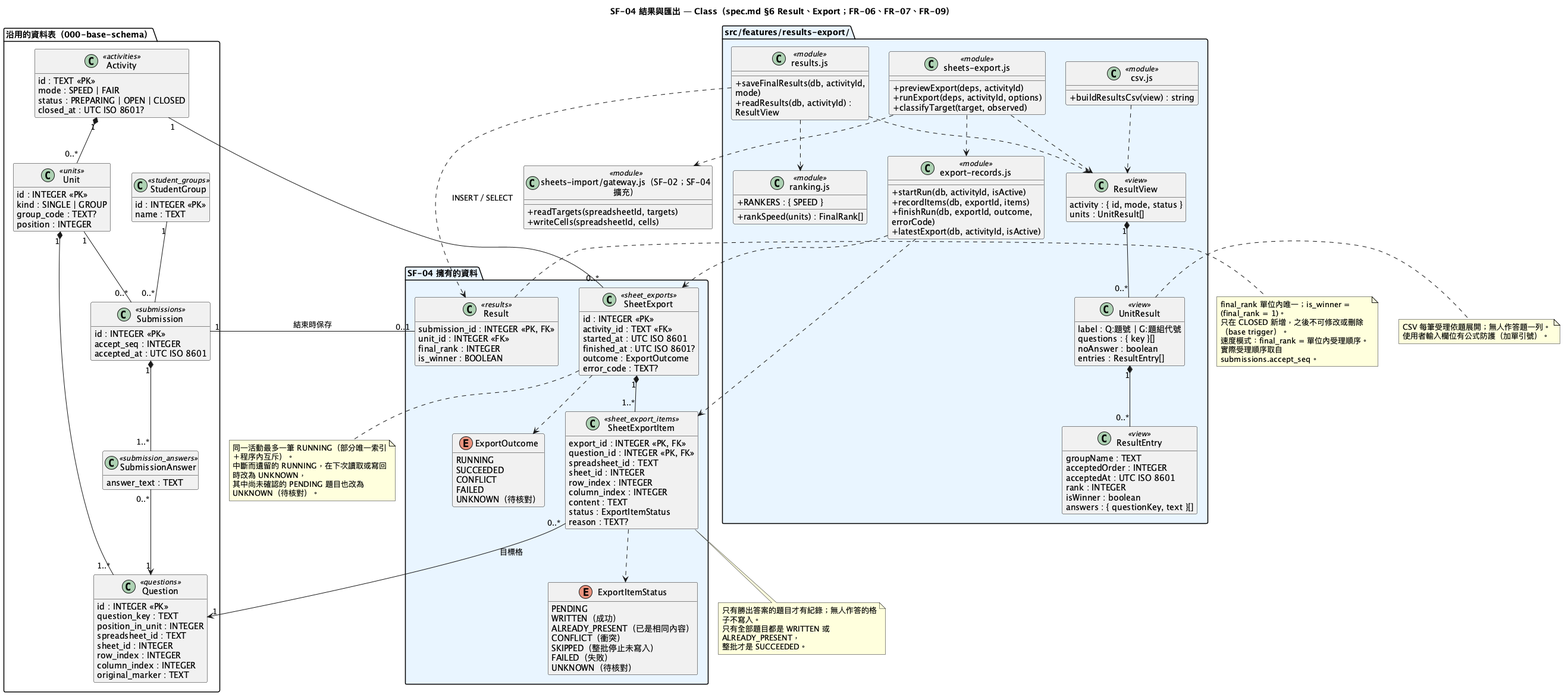
Above: diagrams/004-results-export-class.png in tom1030507/classroom-buzzer-system-speckit (PlantUML), before the change. Source of this version:
```plantuml
@startuml 004-results-export-class
title SF-04 結果與匯出 — Class（spec.md §6 Result、Export；FR-06、FR-07、FR-09）
skinparam shadowing false
skinparam classAttributeIconSize 0
skinparam wrapWidth 260
hide empty methods

package "沿用的資料表（000-base-schema）" {
  class Activity <<activities>> {
    id : TEXT <<PK>>
    mode : SPEED | FAIR
    status : PREPARING | OPEN | CLOSED
    closed_at : UTC ISO 8601?
  }
  class Unit <<units>> {
    id : INTEGER <<PK>>
    kind : SINGLE | GROUP
    group_code : TEXT?
    position : INTEGER
  }
  class Question <<questions>> {
    id : INTEGER <<PK>>
    question_key : TEXT
    position_in_unit : INTEGER
    spreadsheet_id : TEXT
    sheet_id : INTEGER
    row_index : INTEGER
    column_index : INTEGER
    original_marker : TEXT
  }
  class StudentGroup <<student_groups>> {
    id : INTEGER <<PK>>
    name : TEXT
  }
  class Submission <<submissions>> {
    id : INTEGER <<PK>>
    accept_seq : INTEGER
    accepted_at : UTC ISO 8601
  }
  class SubmissionAnswer <<submission_answers>> {
    answer_text : TEXT
  }
}

package "SF-04 擁有的資料" #E8F4FF {
  class Result <<results>> {
    submission_id : INTEGER <<PK, FK>>
    unit_id : INTEGER <<FK>>
    final_rank : INTEGER
    is_winner : BOOLEAN
  }
  class SheetExport <<sheet_exports>> {
    id : INTEGER <<PK>>
    activity_id : TEXT <<FK>>
    started_at : UTC ISO 8601
    finished_at : UTC ISO 8601?
    outcome : ExportOutcome
    error_code : TEXT?
  }
  class SheetExportItem <<sheet_export_items>> {
    export_id : INTEGER <<PK, FK>>
    question_id : INTEGER <<PK, FK>>
    spreadsheet_id : TEXT
    sheet_id : INTEGER
    row_index : INTEGER
    column_index : INTEGER
    content : TEXT
    status : ExportItemStatus
    reason : TEXT?
  }
  enum ExportOutcome {
    RUNNING
    SUCCEEDED
    CONFLICT
    FAILED
    UNKNOWN（待核對）
  }
  enum ExportItemStatus {
    PENDING
    WRITTEN（成功）
    ALREADY_PRESENT（已是相同內容）
    CONFLICT（衝突）
    SKIPPED（整批停止未寫入）
    FAILED（失敗）
    UNKNOWN（待核對）
  }
}

package "src/features/results-export/" #E8F4FF {
  class "results.js" as ResultsModule <<module>> {
    +saveFinalResults(db, activityId, mode)
    +readResults(db, activityId) : ResultView
  }
  class "ranking.js" as RankingModule <<module>> {
    +RANKERS : { SPEED }
    +rankSpeed(units) : FinalRank[]
  }
  class "csv.js" as CsvModule <<module>> {
    +buildResultsCsv(view) : string
  }
  class "sheets-export.js" as ExportModule <<module>> {
    +previewExport(deps, activityId)
    +runExport(deps, activityId, options)
    +classifyTarget(target, observed)
  }
  class "export-records.js" as RecordsModule <<module>> {
    +startRun(db, activityId, isActive)
    +recordItems(db, exportId, items)
    +finishRun(db, exportId, outcome, errorCode)
    +latestExport(db, activityId, isActive)
  }
  class ResultView <<view>> {
    activity : { id, mode, status }
    units : UnitResult[]
  }
  class UnitResult <<view>> {
    label : Q:題號 | G:題組代號
    questions : { key }[]
    noAnswer : boolean
    entries : ResultEntry[]
  }
  class ResultEntry <<view>> {
    groupName : TEXT
    acceptedOrder : INTEGER
    acceptedAt : UTC ISO 8601
    rank : INTEGER
    isWinner : boolean
    answers : { questionKey, text }[]
  }
}

class "sheets-import/gateway.js（SF-02；SF-04 擴充）" as GatewayModule <<module>> {
  +readTargets(spreadsheetId, targets)
  +writeCells(spreadsheetId, cells)
}

Activity "1" *-- "0..*" Unit
Unit "1" *-- "1..*" Question
Unit "1" -- "0..*" Submission
StudentGroup "1" -- "0..*" Submission
Submission "1" *-- "1..*" SubmissionAnswer
SubmissionAnswer "0..*" --> "1" Question
Submission "1" -- "0..1" Result : 結束時保存
Activity "1" -- "0..*" SheetExport
SheetExport "1" *-- "1..*" SheetExportItem
SheetExportItem "0..*" --> "1" Question : 目標格
SheetExport ..> ExportOutcome
SheetExportItem ..> ExportItemStatus

ResultView "1" *-- "0..*" UnitResult
UnitResult "1" *-- "0..*" ResultEntry
ResultsModule ..> RankingModule
ResultsModule ..> Result : INSERT／SELECT
ResultsModule ..> ResultView
CsvModule ..> ResultView
ExportModule ..> ResultView
ExportModule ..> GatewayModule
ExportModule ..> RecordsModule
RecordsModule ..> SheetExport
RecordsModule ..> SheetExportItem

note right of Result
  final_rank 單位內唯一；is_winner = (final_rank = 1)。
  只在 CLOSED 新增，之後不可修改或刪除（base trigger）。
  速度模式：final_rank = 單位內受理順序。
  實際受理順序取自 submissions.accept_seq。
end note

note bottom of SheetExport
  同一活動最多一筆 RUNNING（部分唯一索引＋程序內互斥）。
  中斷而遺留的 RUNNING，在下次讀取或寫回時改為 UNKNOWN，
  其中尚未確認的 PENDING 題目也改為 UNKNOWN（待核對）。
end note

note bottom of SheetExportItem
  只有勝出答案的題目才有紀錄；無人作答的格子不寫入。
  只有全部題目都是 WRITTEN 或 ALREADY_PRESENT，
  整批才是 SUCCEEDED。
end note

note right of UnitResult
  CSV 每筆受理依題展開；無人作答題一列。
  使用者輸入欄位有公式防護（加單引號）。
end note
@enduml
```
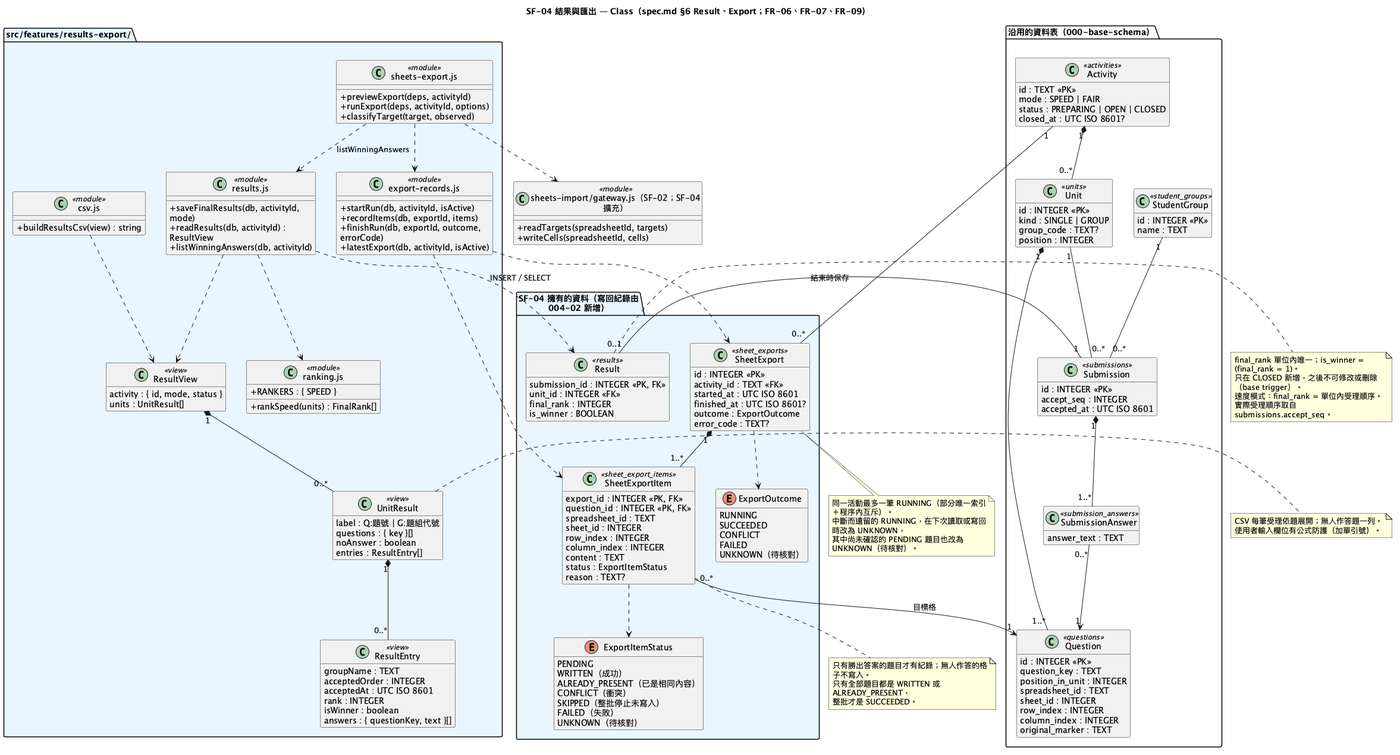
Above is the later version.

Diff of the diagram source:
```diff
@@ -42,7 +42,7 @@
   }
 }
 
-package "SF-04 擁有的資料" #E8F4FF {
+package "SF-04 擁有的資料（寫回紀錄由 004-02 新增）" #E8F4FF {
   class Result <<results>> {
     submission_id : INTEGER <<PK, FK>>
     unit_id : INTEGER <<FK>>
@@ -90,6 +90,7 @@
   class "results.js" as ResultsModule <<module>> {
     +saveFinalResults(db, activityId, mode)
     +readResults(db, activityId) : ResultView
+    +listWinningAnswers(db, activityId)
   }
   class "ranking.js" as RankingModule <<module>> {
     +RANKERS : { SPEED }
@@ -153,7 +154,7 @@
 ResultsModule ..> Result : INSERT／SELECT
 ResultsModule ..> ResultView
 CsvModule ..> ResultView
-ExportModule ..> ResultView
+ExportModule ..> ResultsModule : listWinningAnswers
 ExportModule ..> GatewayModule
 ExportModule ..> RecordsModule
 RecordsModule ..> SheetExport
```
